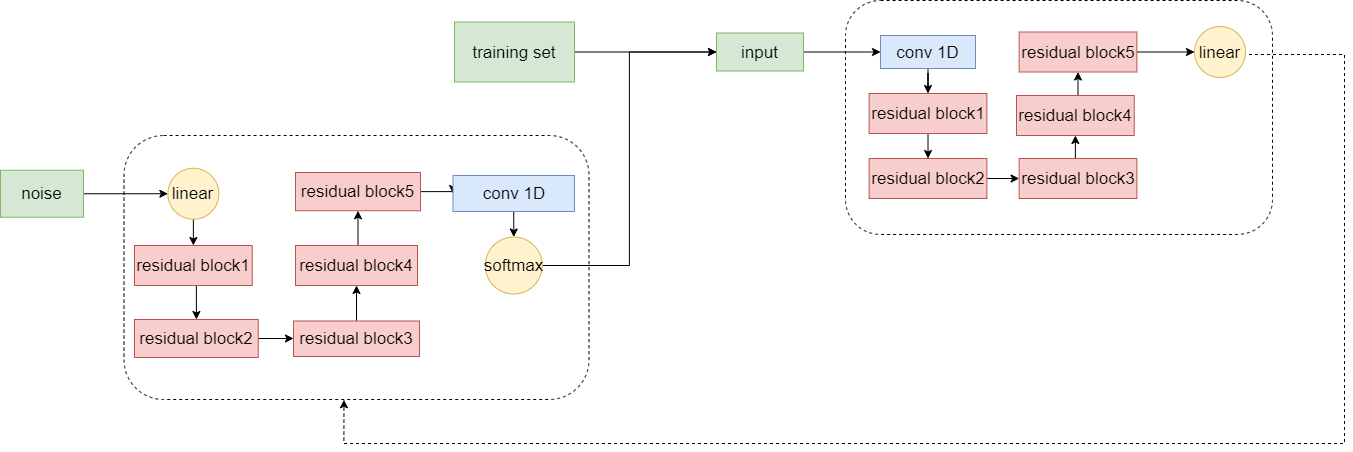
Before: passgan-structure.drawio.png, a diagram exported from draw.io (lakomi/pictures). Source tidied: cells renumbered, new cells last; positions are measured from the earlier drawing's top-left corner, leaving out a move shared by most shapes.
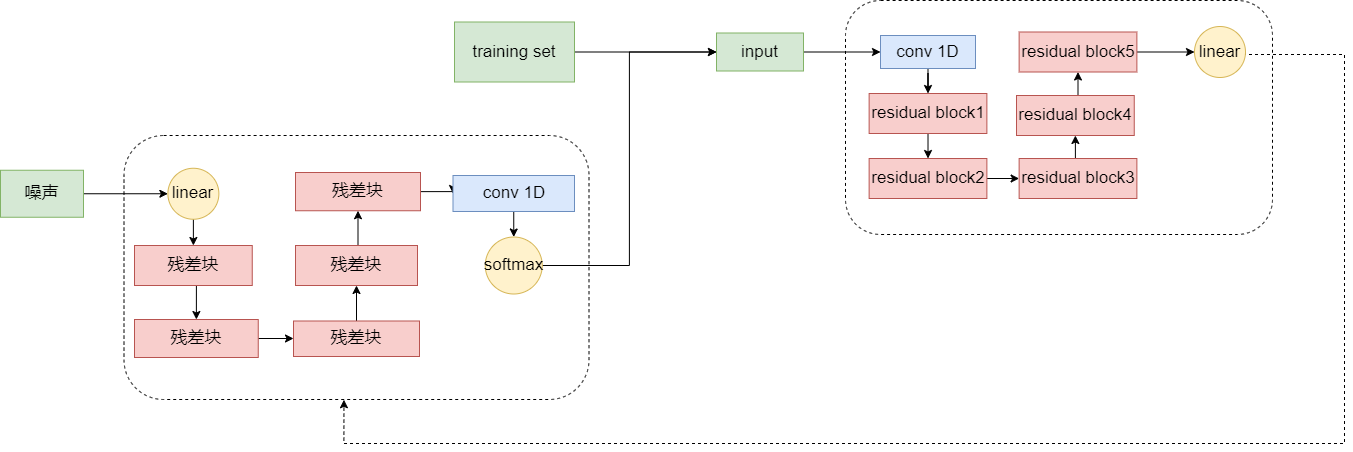
The same file after the commit.

Change to the diagram source:
```diff
@@ -8,7 +8,7 @@
     <mxCell id="3" style="edgeStyle=orthogonalEdgeStyle;rounded=0;jettySize=auto;html=1;exitX=1;exitY=0.5;exitDx=0;exitDy=0;entryX=0;entryY=0.5;entryDx=0;entryDy=0;fontSize=17;" parent="1" edge="1" source="4" target="6">
       <mxGeometry relative="1" as="geometry" />
     </mxCell>
-    <mxCell id="4" value="noise" style="rounded=0;whiteSpace=wrap;html=1;fontSize=17;fillColor=#d5e8d4;strokeColor=#82b366;" parent="1" vertex="1">
+    <mxCell id="4" value="噪声" style="rounded=0;whiteSpace=wrap;html=1;fontSize=17;fillColor=#d5e8d4;strokeColor=#82b366;" parent="1" vertex="1">
       <mxGeometry y="169.8" width="83" height="47" as="geometry" />
     </mxCell>
     <mxCell id="5" style="edgeStyle=orthogonalEdgeStyle;rounded=0;jettySize=auto;html=1;exitX=0.5;exitY=1;exitDx=0;exitDy=0;entryX=0.5;entryY=0;entryDx=0;entryDy=0;fontSize=17;" parent="1" edge="1" source="6" target="8">
@@ -20,31 +20,31 @@
     <mxCell id="7" style="edgeStyle=orthogonalEdgeStyle;rounded=0;jettySize=auto;html=1;exitX=0.5;exitY=1;exitDx=0;exitDy=0;entryX=0.5;entryY=0;entryDx=0;entryDy=0;fontSize=17;" parent="1" edge="1" source="8" target="10">
       <mxGeometry relative="1" as="geometry" />
     </mxCell>
-    <mxCell id="8" value="residual block1" style="rounded=0;whiteSpace=wrap;html=1;fontSize=17;fillColor=#f8cecc;strokeColor=#b85450;" parent="1" vertex="1">
+    <mxCell id="8" value="残差块" style="rounded=0;whiteSpace=wrap;html=1;fontSize=17;fillColor=#f8cecc;strokeColor=#b85450;" parent="1" vertex="1">
       <mxGeometry x="134" y="245" width="117.8" height="40" as="geometry" />
     </mxCell>
     <mxCell id="9" style="edgeStyle=orthogonalEdgeStyle;rounded=0;jettySize=auto;html=1;exitX=1;exitY=0.5;exitDx=0;exitDy=0;entryX=0;entryY=0.5;entryDx=0;entryDy=0;fontSize=17;" parent="1" edge="1" source="10" target="12">
       <mxGeometry relative="1" as="geometry" />
     </mxCell>
-    <mxCell id="10" value="residual block2" style="rounded=0;whiteSpace=wrap;html=1;fontSize=17;fillColor=#f8cecc;strokeColor=#b85450;" parent="1" vertex="1">
+    <mxCell id="10" value="残差块" style="rounded=0;whiteSpace=wrap;html=1;fontSize=17;fillColor=#f8cecc;strokeColor=#b85450;" parent="1" vertex="1">
       <mxGeometry x="134" y="319" width="123.8" height="38" as="geometry" />
     </mxCell>
     <mxCell id="11" style="edgeStyle=orthogonalEdgeStyle;rounded=0;jettySize=auto;html=1;exitX=0.5;exitY=0;exitDx=0;exitDy=0;entryX=0.5;entryY=1;entryDx=0;entryDy=0;fontSize=17;" parent="1" edge="1" source="12" target="14">
       <mxGeometry relative="1" as="geometry" />
     </mxCell>
-    <mxCell id="12" value="residual block3" style="rounded=0;whiteSpace=wrap;html=1;fontSize=17;fillColor=#f8cecc;strokeColor=#b85450;" parent="1" vertex="1">
+    <mxCell id="12" value="残差块" style="rounded=0;whiteSpace=wrap;html=1;fontSize=17;fillColor=#f8cecc;strokeColor=#b85450;" parent="1" vertex="1">
       <mxGeometry x="293" y="320.5" width="126" height="35.5" as="geometry" />
     </mxCell>
     <mxCell id="13" style="edgeStyle=orthogonalEdgeStyle;rounded=0;jettySize=auto;html=1;exitX=0.5;exitY=0;exitDx=0;exitDy=0;entryX=0.5;entryY=1;entryDx=0;entryDy=0;fontSize=17;" parent="1" edge="1" source="14" target="16">
       <mxGeometry relative="1" as="geometry" />
     </mxCell>
-    <mxCell id="14" value="residual block4" style="rounded=0;whiteSpace=wrap;html=1;fontSize=17;fillColor=#f8cecc;strokeColor=#b85450;" parent="1" vertex="1">
+    <mxCell id="14" value="残差块" style="rounded=0;whiteSpace=wrap;html=1;fontSize=17;fillColor=#f8cecc;strokeColor=#b85450;" parent="1" vertex="1">
       <mxGeometry x="295" y="245" width="122" height="40" as="geometry" />
     </mxCell>
     <mxCell id="15" style="edgeStyle=orthogonalEdgeStyle;rounded=0;jettySize=auto;html=1;exitX=1;exitY=0.5;exitDx=0;exitDy=0;entryX=0;entryY=0.5;entryDx=0;entryDy=0;fontSize=17;" parent="1" edge="1" source="16" target="18">
       <mxGeometry relative="1" as="geometry" />
     </mxCell>
-    <mxCell id="16" value="residual block5" style="rounded=0;whiteSpace=wrap;html=1;fontSize=17;fillColor=#f8cecc;strokeColor=#b85450;" parent="1" vertex="1">
+    <mxCell id="16" value="残差块" style="rounded=0;whiteSpace=wrap;html=1;fontSize=17;fillColor=#f8cecc;strokeColor=#b85450;" parent="1" vertex="1">
       <mxGeometry x="295" y="172" width="125" height="38.2" as="geometry" />
     </mxCell>
     <mxCell id="17" style="edgeStyle=orthogonalEdgeStyle;rounded=0;jettySize=auto;html=1;exitX=0.5;exitY=1;exitDx=0;exitDy=0;entryX=0.5;entryY=0;entryDx=0;entryDy=0;fontSize=17;" parent="1" edge="1" source="18" target="20">
```
